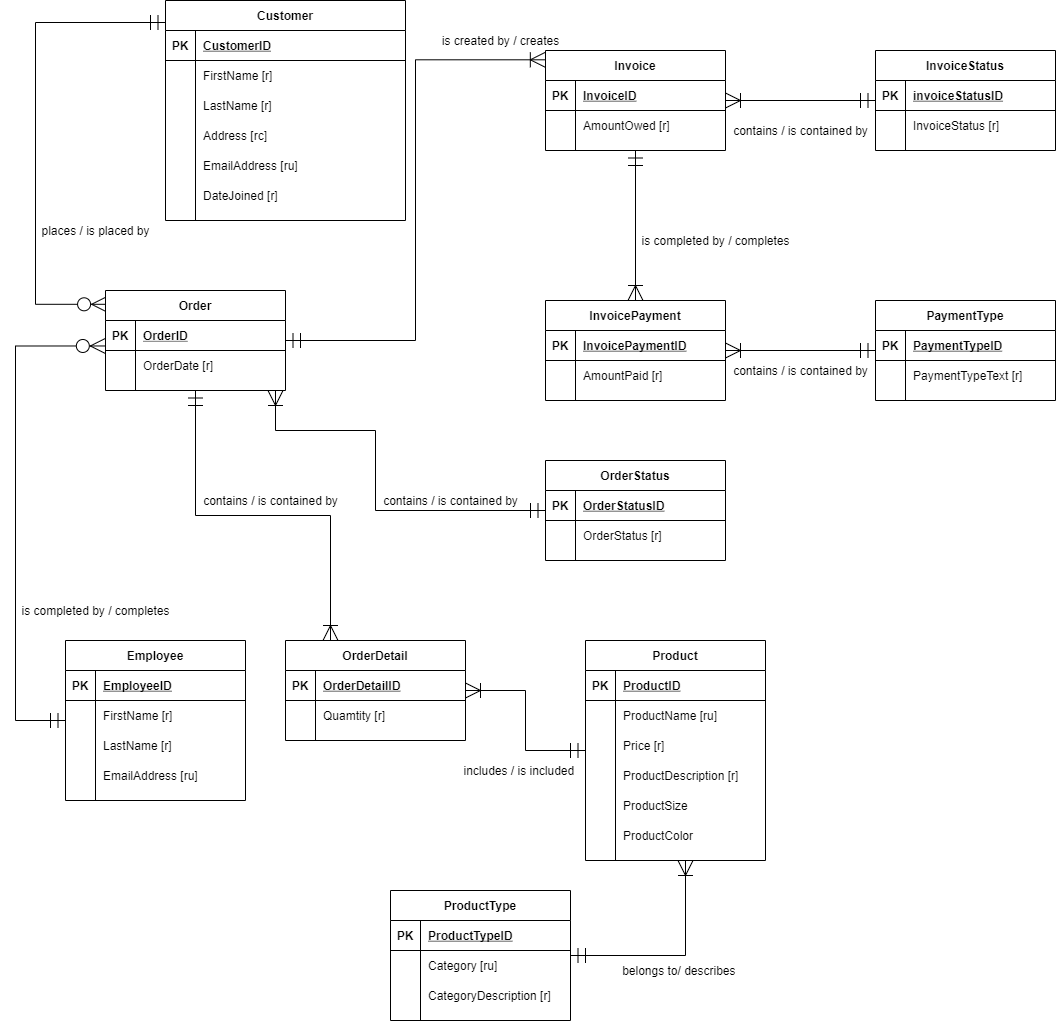
The draw.io diagram Project/Project Conceptual Model.png in trisxcj1/SyracuseUniversity_IST659, before a commit. Source tidied: cells renumbered, new cells last; positions are measured from the earlier drawing's top-left corner, leaving out a move shared by most shapes.
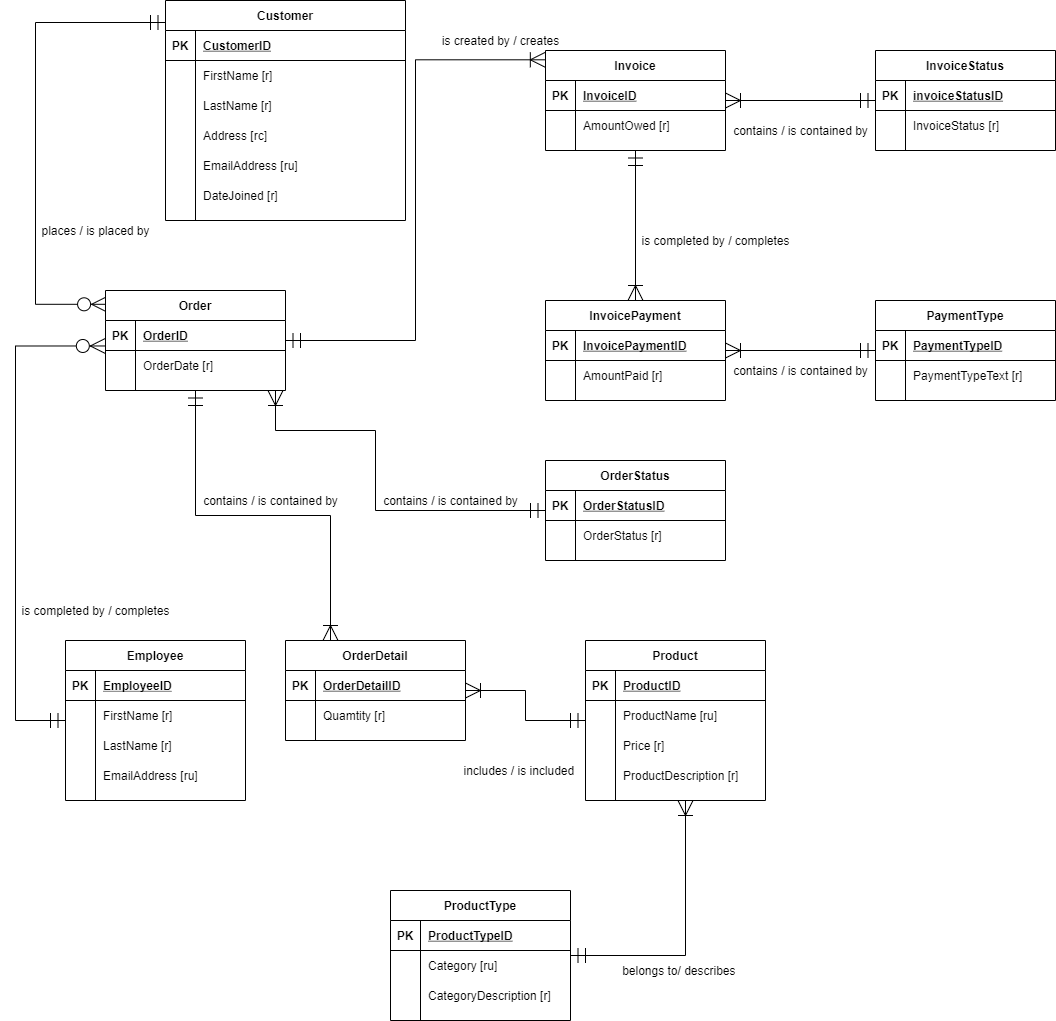
Above is the later version.

Commit message:
bye bye product color and size

What changed in the source:
```diff
@@ -75,7 +75,7 @@
       </mxGeometry>
     </mxCell>
     <mxCell id="23" value="Product" style="shape=table;startSize=30;rowLines=0;fontStyle=1;align=center;" parent="1" vertex="1">
-      <mxGeometry x="570" y="640" width="180" height="220" as="geometry" />
+      <mxGeometry x="570" y="640" width="180" height="160" as="geometry" />
     </mxCell>
     <mxCell id="24" style="shape=partialRectangle;fillColor=none;top=0;left=0;bottom=1;right=0;" parent="23" vertex="1">
       <mxGeometry y="30" width="180" height="30" as="geometry" />
@@ -113,24 +113,6 @@
     <mxCell id="35" value="ProductDescription [r]" style="shape=partialRectangle;fillColor=none;top=0;left=0;bottom=0;right=0;align=left;spacingLeft=6;overflow=hidden;" parent="33" vertex="1">
       <mxGeometry x="30" width="150" height="30" as="geometry" />
     </mxCell>
-    <mxCell id="36" style="shape=partialRectangle;fillColor=none;top=0;left=0;bottom=0;right=0;" parent="23" vertex="1">
-      <mxGeometry y="150" width="180" height="30" as="geometry" />
-    </mxCell>
-    <mxCell id="37" style="shape=partialRectangle;fillColor=none;top=0;left=0;bottom=0;right=0;overflow=hidden;" parent="36" vertex="1">
-      <mxGeometry width="30" height="30" as="geometry" />
-    </mxCell>
-    <mxCell id="38" value="ProductSize" style="shape=partialRectangle;fillColor=none;top=0;left=0;bottom=0;right=0;align=left;spacingLeft=6;overflow=hidden;" parent="36" vertex="1">
-      <mxGeometry x="30" width="150" height="30" as="geometry" />
-    </mxCell>
-    <mxCell id="39" style="shape=partialRectangle;fillColor=none;top=0;left=0;bottom=0;right=0;" parent="23" vertex="1">
-      <mxGeometry y="180" width="180" height="30" as="geometry" />
-    </mxCell>
-    <mxCell id="40" style="shape=partialRectangle;fillColor=none;top=0;left=0;bottom=0;right=0;overflow=hidden;" parent="39" vertex="1">
-      <mxGeometry width="30" height="30" as="geometry" />
-    </mxCell>
-    <mxCell id="41" value="ProductColor " style="shape=partialRectangle;fillColor=none;top=0;left=0;bottom=0;right=0;align=left;spacingLeft=6;overflow=hidden;" parent="39" vertex="1">
-      <mxGeometry x="30" width="150" height="30" as="geometry" />
-    </mxCell>
     <mxCell id="42" value="Employee" style="shape=table;startSize=30;rowLines=0;fontStyle=1;align=center;" parent="1" vertex="1">
       <mxGeometry x="50" y="640" width="180" height="160" as="geometry" />
     </mxCell>
```
